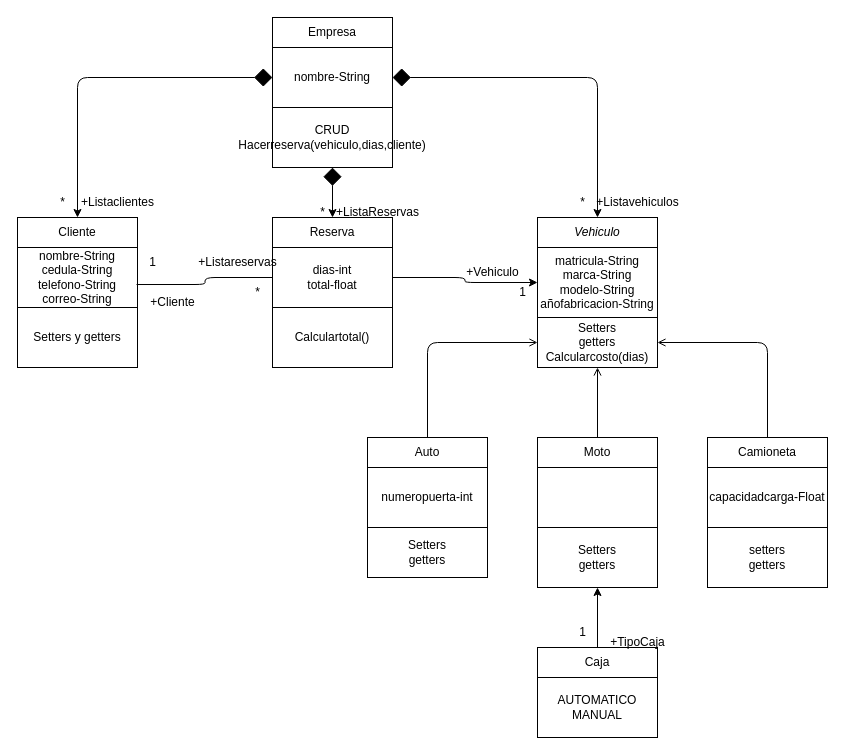
Juanda2312/AlquilerVehiculos keeps this draw.io diagram as diagrama de clases.dio. Above is the earlier version. Source tidied: cells renumbered, new cells numbered last; positions are measured from the earlier drawing's top-left corner, leaving out a move shared by most shapes. Both pictures are drawn from the tidied source at 100%, with x=0, y=0 at pixel (17, 17).
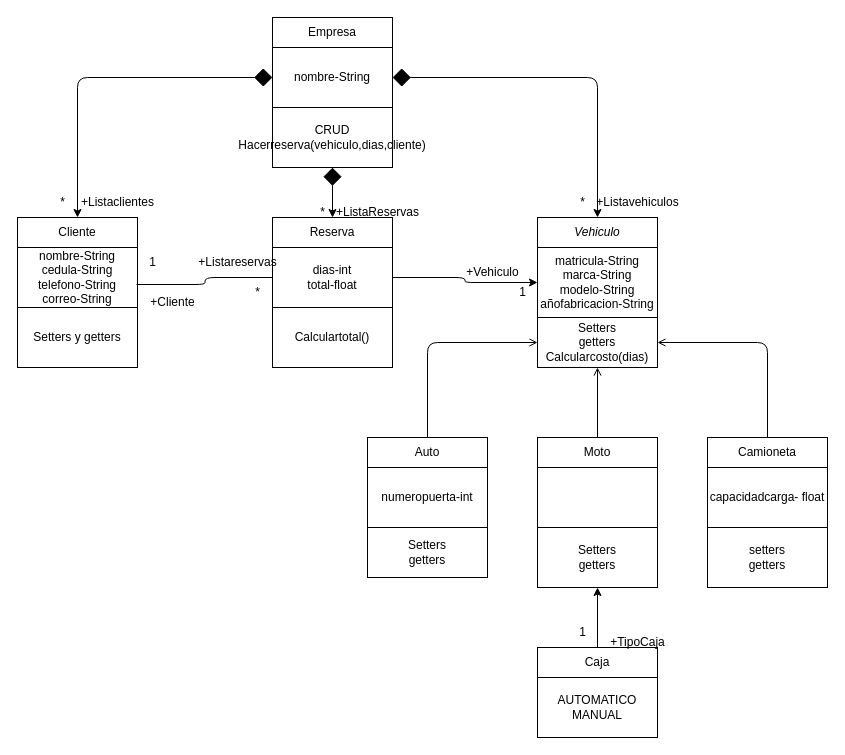
The same diagram, later.

Change to the diagram source:
```diff
@@
-    <mxCell id="24" value="capacidadcarga-Float" style="whiteSpace=wrap;html=1;" parent="1" vertex="1">
+    <mxCell id="24" value="capacidadcarga- float" style="whiteSpace=wrap;html=1;" parent="1" vertex="1">
       <mxGeometry x="690" y="450" width="120" height="60" as="geometry" />
     </mxCell>
```
